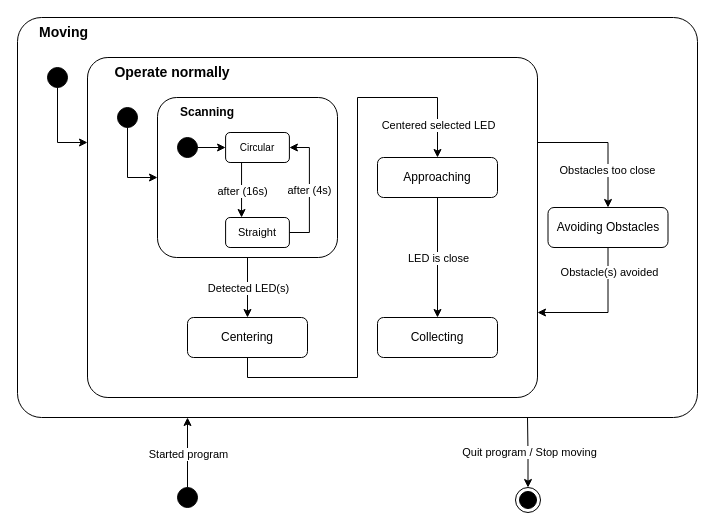
The draw.io diagram 2025/projects/Group103/Schemas/movement_algo.drawio in nembrinj/protofablab, before the edit. Source tidied: cells renumbered, new cells numbered last; positions are measured from the earlier drawing's top-left corner, leaving out a move shared by most shapes. Both pictures are drawn from the tidied source at 100%, with x=0, y=0 at pixel (17, 17).
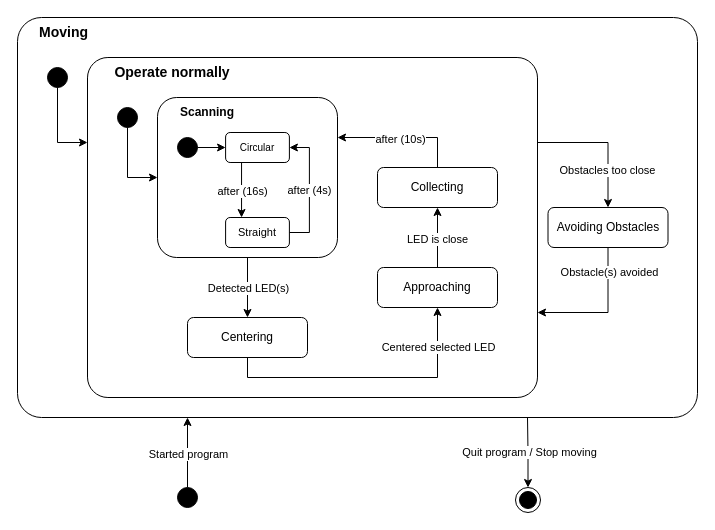
Above is the later version.

Unchanged cells that the change refers to:
```xml
<mxCell id="8" style="rounded=1;whiteSpace=wrap;html=1;align=left;arcSize=12;" parent="7" vertex="1">
  <mxGeometry width="180" height="160" as="geometry" />
</mxCell>
<mxCell id="22" value="Centering" style="rounded=1;whiteSpace=wrap;html=1;" parent="1" vertex="1">
  <mxGeometry x="170" y="300" width="120" height="40" as="geometry" />
</mxCell>
```

Diff of the diagram source:
```diff
@@
-    <mxCell id="20" style="edgeStyle=orthogonalEdgeStyle;rounded=0;jettySize=auto;html=1;exitX=0.5;exitY=1;exitDx=0;exitDy=0;entryX=0.5;entryY=0;entryDx=0;entryDy=0;" parent="1" edge="1" source="22" target="27">
-      <mxGeometry relative="1" as="geometry">
-        <Array as="points">
-          <mxPoint x="230" y="360" />
-          <mxPoint x="340" y="360" />
-          <mxPoint x="340" y="80" />
-          <mxPoint x="420" y="80" />
-        </Array>
-      </mxGeometry>
+    <mxCell id="20" style="edgeStyle=orthogonalEdgeStyle;rounded=0;jettySize=auto;html=1;exitX=0.5;exitY=1;exitDx=0;exitDy=0;entryX=0.5;entryY=1;entryDx=0;entryDy=0;" parent="1" edge="1" source="22" target="27">
+      <mxGeometry relative="1" as="geometry" />
     </mxCell>
     <mxCell id="21" value="Centered selected LED" style="edgeLabel;html=1;align=center;verticalAlign=middle;" parent="20" vertex="1">
-      <mxGeometry x="0.88" relative="1" as="geometry" />
+      <mxGeometry x="0.72" y="1" relative="1" as="geometry">
+        <mxPoint x="1" as="offset" />
+      </mxGeometry>
     </mxCell>
@@
-    <mxCell id="25" style="edgeStyle=orthogonalEdgeStyle;rounded=0;jettySize=auto;html=1;exitX=0.5;exitY=1;exitDx=0;exitDy=0;entryX=0.5;entryY=0;entryDx=0;entryDy=0;" parent="1" edge="1" source="27" target="28">
+    <mxCell id="25" style="edgeStyle=orthogonalEdgeStyle;rounded=0;jettySize=auto;html=1;entryX=0.5;entryY=1;entryDx=0;entryDy=0;" parent="1" edge="1" source="27" target="28">
       <mxGeometry relative="1" as="geometry" />
     </mxCell>
     <mxCell id="26" value="LED is close" style="edgeLabel;html=1;align=center;verticalAlign=middle;" parent="25" vertex="1">
-      <mxGeometry relative="1" as="geometry" />
+      <mxGeometry x="-0.05" y="1" relative="1" as="geometry" />
     </mxCell>
     <mxCell id="27" value="Approaching" style="rounded=1;whiteSpace=wrap;html=1;" parent="1" vertex="1">
-      <mxGeometry x="360" y="140" width="120" height="40" as="geometry" />
+      <mxGeometry x="360" y="250" width="120" height="40" as="geometry" />
     </mxCell>
+    <mxCell id="41" style="edgeStyle=orthogonalEdgeStyle;rounded=0;jettySize=auto;html=1;exitX=0.5;exitY=0;exitDx=0;exitDy=0;entryX=1;entryY=0.25;entryDx=0;entryDy=0;" parent="1" edge="1" source="28" target="8">
+      <mxGeometry relative="1" as="geometry" />
+    </mxCell>
+    <mxCell id="42" value="after (10s)" style="edgeLabel;html=1;align=center;verticalAlign=middle;" parent="41" vertex="1">
+      <mxGeometry x="0.05" y="1" relative="1" as="geometry" />
+    </mxCell>
     <mxCell id="28" value="Collecting" style="rounded=1;whiteSpace=wrap;html=1;" parent="1" vertex="1">
-      <mxGeometry x="360" y="300" width="120" height="40" as="geometry" />
+      <mxGeometry x="360" y="150" width="120" height="40" as="geometry" />
     </mxCell>
```
